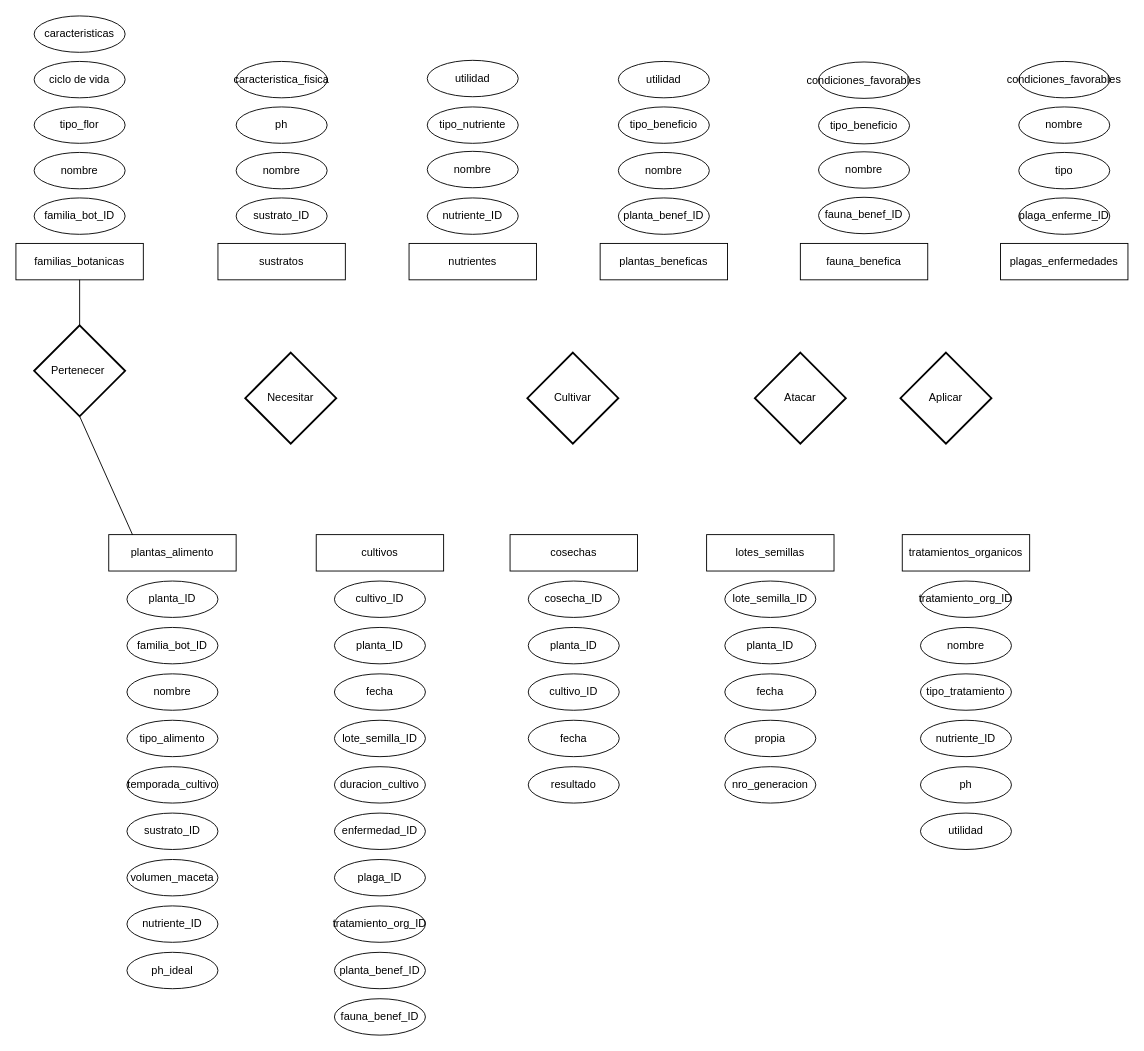
The draw.io diagram Huerta.drawio in MariaSoledadHiga/sql-coderhouse, before the edit. Source tidied: cells renumbered, new cells numbered last; positions are measured from the earlier drawing's top-left corner, leaving out a move shared by most shapes. Both pictures are drawn from the tidied source at 91%, with x=0, y=0 at pixel (15, 15).
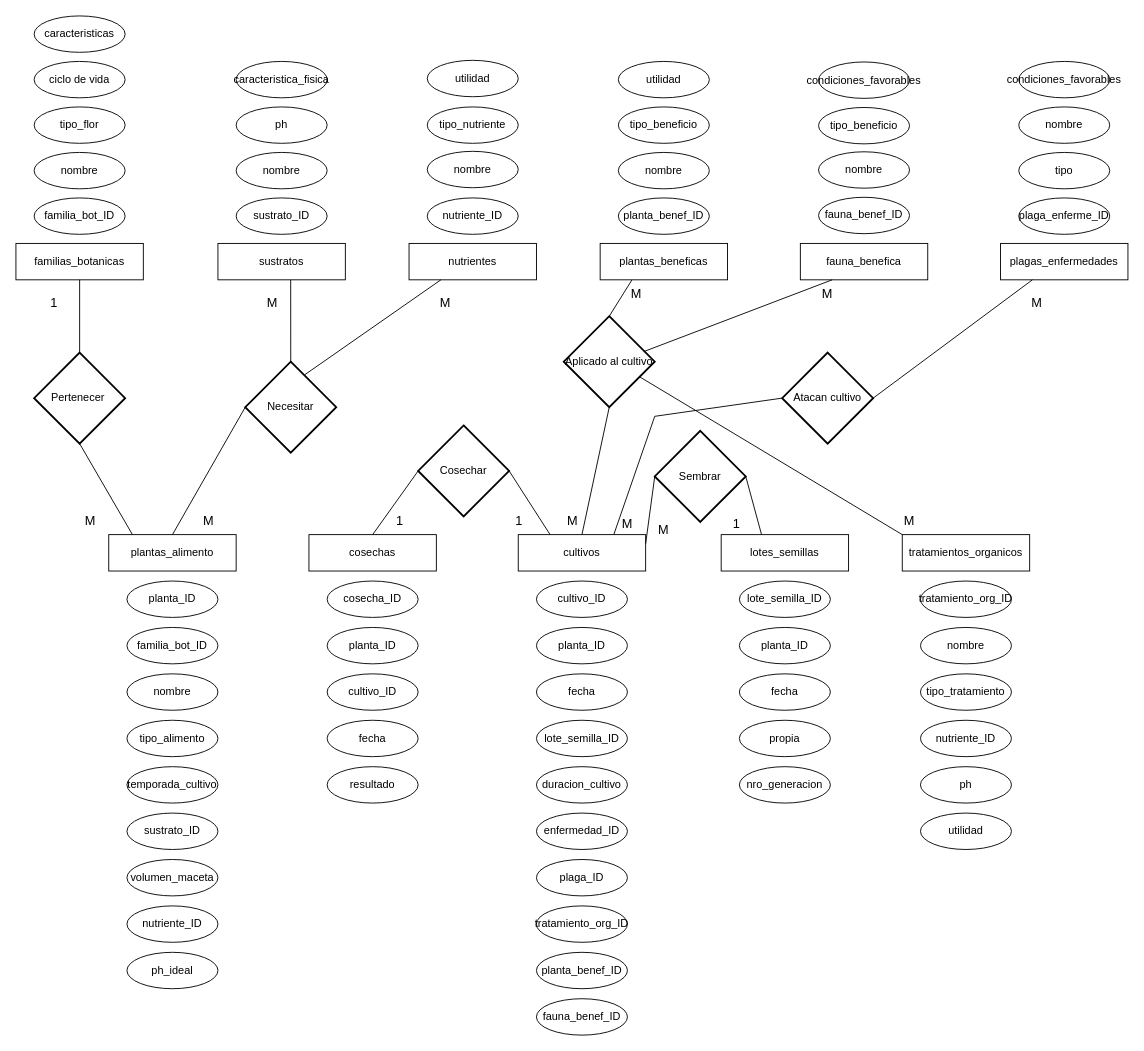
After the change.

Commit message:
Actualizando relaciones

The change refers to these unchanged cells:
```xml
<mxCell id="3" value="plantas_alimento" style="whiteSpace=wrap;html=1;align=center;" parent="2" vertex="1">
  <mxGeometry width="140" height="40" as="geometry" />
</mxCell>
<mxCell id="14" value="cultivos" style="whiteSpace=wrap;html=1;align=center;" parent="13" vertex="1">
  <mxGeometry width="140" height="40" as="geometry" />
</mxCell>
<mxCell id="26" value="cosechas" style="whiteSpace=wrap;html=1;align=center;" parent="25" vertex="1">
  <mxGeometry width="140" height="40" as="geometry" />
</mxCell>
<mxCell id="33" value="lotes_semillas" style="whiteSpace=wrap;html=1;align=center;" parent="32" vertex="1">
  <mxGeometry width="140" height="40" as="geometry" />
</mxCell>
<mxCell id="40" value="tratamientos_organicos" style="whiteSpace=wrap;html=1;align=center;" parent="39" vertex="1">
  <mxGeometry width="140" height="40" as="geometry" />
</mxCell>
<mxCell id="56" value="sustratos" style="whiteSpace=wrap;html=1;align=center;" parent="55" vertex="1">
  <mxGeometry y="200" width="140" height="40" as="geometry" />
</mxCell>
<mxCell id="62" value="nutrientes" style="whiteSpace=wrap;html=1;align=center;" parent="61" vertex="1">
  <mxGeometry y="201.2" width="140" height="40" as="geometry" />
</mxCell>
<mxCell id="68" value="plantas_beneficas" style="whiteSpace=wrap;html=1;align=center;" parent="67" vertex="1">
  <mxGeometry y="200" width="140" height="40" as="geometry" />
</mxCell>
<mxCell id="74" value="fauna_benefica" style="whiteSpace=wrap;html=1;align=center;" parent="73" vertex="1">
  <mxGeometry y="199.4" width="140" height="40" as="geometry" />
</mxCell>
<mxCell id="80" value="plagas_enfermedades" style="whiteSpace=wrap;html=1;align=center;" parent="79" vertex="1">
  <mxGeometry y="200" width="140" height="40" as="geometry" />
</mxCell>
```

What changed in the source:
```diff
@@
     <mxCell id="13" style="group;" parent="1" vertex="1">
-      <mxGeometry x="330" y="570" width="140" height="550" as="geometry" />
+      <mxGeometry x="552" y="570" width="140" height="550" as="geometry" />
     </mxCell>
@@
     <mxCell id="25" style="group;" parent="1" vertex="1">
-      <mxGeometry x="543" y="570" width="140" height="295" as="geometry" />
+      <mxGeometry x="322" y="570" width="140" height="295" as="geometry" />
     </mxCell>
@@
     <mxCell id="32" style="group;" parent="1" vertex="1">
-      <mxGeometry x="759" y="570" width="140" height="295" as="geometry" />
+      <mxGeometry x="775" y="570" width="140" height="295" as="geometry" />
     </mxCell>
@@
     <mxCell id="85" value="Pertenecer&amp;nbsp;" style="strokeWidth=2;html=1;shape=mxgraph.flowchart.decision;whiteSpace=wrap;" parent="1" vertex="1">
-      <mxGeometry x="20" y="340" width="100" height="100" as="geometry" />
+      <mxGeometry x="20" y="370" width="100" height="100" as="geometry" />
     </mxCell>
     <mxCell id="86" value="Necesitar" style="strokeWidth=2;html=1;shape=mxgraph.flowchart.decision;whiteSpace=wrap;" parent="1" vertex="1">
-      <mxGeometry x="252" y="370" width="100" height="100" as="geometry" />
+      <mxGeometry x="252" y="380" width="100" height="100" as="geometry" />
     </mxCell>
+    <mxCell id="92" style="rounded=0;jettySize=auto;html=1;exitX=0;exitY=0.5;exitDx=0;exitDy=0;exitPerimeter=0;strokeColor=default;fontSize=14;endArrow=none;endFill=0;entryX=1;entryY=0.25;entryDx=0;entryDy=0;" parent="1" edge="1" source="87" target="14">
+      <mxGeometry relative="1" as="geometry" />
+    </mxCell>
+    <mxCell id="93" style="edgeStyle=none;rounded=0;jettySize=auto;html=1;strokeColor=default;fontSize=14;endArrow=none;endFill=0;exitX=1;exitY=0.5;exitDx=0;exitDy=0;exitPerimeter=0;entryX=0.316;entryY=-0.012;entryDx=0;entryDy=0;entryPerimeter=0;" parent="1" edge="1" source="87" target="33">
+      <mxGeometry relative="1" as="geometry" />
+    </mxCell>
-    <mxCell id="87" value="Cultivar" style="strokeWidth=2;html=1;shape=mxgraph.flowchart.decision;whiteSpace=wrap;" parent="1" vertex="1">
-      <mxGeometry x="562" y="370" width="100" height="100" as="geometry" />
+    <mxCell id="87" value="Sembrar" style="strokeWidth=2;html=1;shape=mxgraph.flowchart.decision;whiteSpace=wrap;" parent="1" vertex="1">
+      <mxGeometry x="702" y="456" width="100" height="100" as="geometry" />
     </mxCell>
+    <mxCell id="94" style="edgeStyle=none;rounded=0;jettySize=auto;html=1;exitX=0.5;exitY=0;exitDx=0;exitDy=0;exitPerimeter=0;entryX=0.25;entryY=1;entryDx=0;entryDy=0;strokeColor=default;fontSize=14;endArrow=none;endFill=0;" parent="1" edge="1" source="88" target="68">
+      <mxGeometry relative="1" as="geometry" />
+    </mxCell>
+    <mxCell id="95" style="edgeStyle=none;rounded=0;jettySize=auto;html=1;exitX=0.5;exitY=1;exitDx=0;exitDy=0;exitPerimeter=0;entryX=0.5;entryY=0;entryDx=0;entryDy=0;strokeColor=default;fontSize=14;endArrow=none;endFill=0;" parent="1" edge="1" source="88" target="14">
+      <mxGeometry relative="1" as="geometry" />
+    </mxCell>
-    <mxCell id="88" value="Aplicar" style="strokeWidth=2;html=1;shape=mxgraph.flowchart.decision;whiteSpace=wrap;" parent="1" vertex="1">
-      <mxGeometry x="972" y="370" width="100" height="100" as="geometry" />
+    <mxCell id="88" value="Aplicado al cultivo" style="strokeWidth=2;html=1;shape=mxgraph.flowchart.decision;whiteSpace=wrap;" parent="1" vertex="1">
+      <mxGeometry x="602" y="330" width="100" height="100" as="geometry" />
     </mxCell>
+    <mxCell id="96" style="edgeStyle=none;rounded=0;jettySize=auto;html=1;exitX=0;exitY=0.5;exitDx=0;exitDy=0;exitPerimeter=0;strokeColor=default;fontSize=14;endArrow=none;endFill=0;entryX=0.75;entryY=0;entryDx=0;entryDy=0;" parent="1" edge="1" source="89" target="14">
+      <mxGeometry relative="1" as="geometry">
+        <Array as="points">
+          <mxPoint x="702" y="440" />
+        </Array>
+      </mxGeometry>
+    </mxCell>
-    <mxCell id="89" value="Atacar" style="strokeWidth=2;html=1;shape=mxgraph.flowchart.decision;whiteSpace=wrap;" parent="1" vertex="1">
-      <mxGeometry x="812" y="370" width="100" height="100" as="geometry" />
+    <mxCell id="89" value="Atacan cultivo" style="strokeWidth=2;html=1;shape=mxgraph.flowchart.decision;whiteSpace=wrap;" parent="1" vertex="1">
+      <mxGeometry x="842" y="370" width="100" height="100" as="geometry" />
     </mxCell>
@@
+    <mxCell id="97" value="1" style="text;html=1;strokeColor=none;fillColor=none;align=center;verticalAlign=middle;whiteSpace=wrap;rounded=0;fontSize=14;" parent="1" vertex="1">
+      <mxGeometry x="12" y="300" width="60" height="30" as="geometry" />
+    </mxCell>
+    <mxCell id="98" value="M" style="text;html=1;strokeColor=none;fillColor=none;align=center;verticalAlign=middle;whiteSpace=wrap;rounded=0;fontSize=14;" parent="1" vertex="1">
+      <mxGeometry x="52" y="540" width="60" height="30" as="geometry" />
+    </mxCell>
+    <mxCell id="99" style="endArrow=none;html=1;rounded=0;entryX=0;entryY=0.5;entryDx=0;entryDy=0;entryPerimeter=0;exitX=0.5;exitY=0;exitDx=0;exitDy=0;" parent="1" edge="1" source="3" target="86">
+      <mxGeometry relative="1" as="geometry" />
+    </mxCell>
+    <mxCell id="100" style="endArrow=none;html=1;rounded=0;strokeColor=default;fontSize=14;entryX=0.25;entryY=1;entryDx=0;entryDy=0;exitX=0.657;exitY=0.141;exitDx=0;exitDy=0;exitPerimeter=0;" parent="1" edge="1" source="86" target="62">
+      <mxGeometry relative="1" as="geometry" />
+    </mxCell>
+    <mxCell id="101" style="endArrow=none;html=1;rounded=0;strokeColor=default;fontSize=14;entryX=0.571;entryY=1;entryDx=0;entryDy=0;entryPerimeter=0;exitX=0.5;exitY=0;exitDx=0;exitDy=0;exitPerimeter=0;" parent="1" edge="1" source="86" target="56">
+      <mxGeometry relative="1" as="geometry" />
+    </mxCell>
+    <mxCell id="102" value="Cosechar" style="strokeWidth=2;html=1;shape=mxgraph.flowchart.decision;whiteSpace=wrap;" parent="1" vertex="1">
+      <mxGeometry x="442" y="450" width="100" height="100" as="geometry" />
+    </mxCell>
+    <mxCell id="103" style="endArrow=none;html=1;rounded=0;strokeColor=default;fontSize=14;exitX=0.5;exitY=0;exitDx=0;exitDy=0;entryX=0;entryY=0.5;entryDx=0;entryDy=0;entryPerimeter=0;" parent="1" edge="1" source="26" target="102">
+      <mxGeometry relative="1" as="geometry" />
+    </mxCell>
+    <mxCell id="104" style="endArrow=none;html=1;rounded=0;strokeColor=default;fontSize=14;exitX=0.25;exitY=0;exitDx=0;exitDy=0;entryX=1;entryY=0.5;entryDx=0;entryDy=0;entryPerimeter=0;" parent="1" edge="1" source="14" target="102">
+      <mxGeometry relative="1" as="geometry" />
+    </mxCell>
+    <mxCell id="105" value="1" style="text;html=1;strokeColor=none;fillColor=none;align=center;verticalAlign=middle;whiteSpace=wrap;rounded=0;fontSize=14;" parent="1" vertex="1">
+      <mxGeometry x="392" y="540" width="60" height="30" as="geometry" />
+    </mxCell>
+    <mxCell id="106" value="1" style="text;html=1;strokeColor=none;fillColor=none;align=center;verticalAlign=middle;whiteSpace=wrap;rounded=0;fontSize=14;" parent="1" vertex="1">
+      <mxGeometry x="523" y="540" width="60" height="30" as="geometry" />
+    </mxCell>
+    <mxCell id="107" value="1" style="text;html=1;strokeColor=none;fillColor=none;align=center;verticalAlign=middle;whiteSpace=wrap;rounded=0;fontSize=14;" parent="1" vertex="1">
+      <mxGeometry x="762" y="543" width="60" height="30" as="geometry" />
+    </mxCell>
+    <mxCell id="108" value="M" style="text;html=1;strokeColor=none;fillColor=none;align=center;verticalAlign=middle;whiteSpace=wrap;rounded=0;fontSize=14;" parent="1" vertex="1">
+      <mxGeometry x="682" y="550" width="60" height="30" as="geometry" />
+    </mxCell>
+    <mxCell id="109" style="edgeStyle=none;rounded=0;jettySize=auto;html=1;exitX=0.25;exitY=1;exitDx=0;exitDy=0;entryX=1;entryY=0.5;entryDx=0;entryDy=0;entryPerimeter=0;strokeColor=default;fontSize=14;endArrow=none;endFill=0;" parent="1" edge="1" source="80" target="89">
+      <mxGeometry relative="1" as="geometry" />
+    </mxCell>
+    <mxCell id="110" value="M" style="text;html=1;strokeColor=none;fillColor=none;align=center;verticalAlign=middle;whiteSpace=wrap;rounded=0;fontSize=14;" parent="1" vertex="1">
+      <mxGeometry x="642" y="543" width="60" height="30" as="geometry" />
+    </mxCell>
+    <mxCell id="111" value="M" style="text;html=1;strokeColor=none;fillColor=none;align=center;verticalAlign=middle;whiteSpace=wrap;rounded=0;fontSize=14;" parent="1" vertex="1">
+      <mxGeometry x="1092" y="300" width="60" height="30" as="geometry" />
+    </mxCell>
+    <mxCell id="112" style="edgeStyle=none;rounded=0;jettySize=auto;html=1;exitX=0.25;exitY=1;exitDx=0;exitDy=0;strokeColor=default;fontSize=14;endArrow=none;endFill=0;entryX=0.879;entryY=0.389;entryDx=0;entryDy=0;entryPerimeter=0;" parent="1" edge="1" source="74" target="88">
+      <mxGeometry relative="1" as="geometry" />
+    </mxCell>
+    <mxCell id="113" style="edgeStyle=none;rounded=0;jettySize=auto;html=1;exitX=0;exitY=0;exitDx=0;exitDy=0;entryX=0.837;entryY=0.668;entryDx=0;entryDy=0;entryPerimeter=0;strokeColor=default;fontSize=14;endArrow=none;endFill=0;" parent="1" edge="1" source="40" target="88">
+      <mxGeometry relative="1" as="geometry" />
+    </mxCell>
+    <mxCell id="114" value="M" style="text;html=1;strokeColor=none;fillColor=none;align=center;verticalAlign=middle;whiteSpace=wrap;rounded=0;fontSize=14;" parent="1" vertex="1">
+      <mxGeometry x="952" y="540" width="60" height="30" as="geometry" />
+    </mxCell>
+    <mxCell id="115" value="M" style="text;html=1;strokeColor=none;fillColor=none;align=center;verticalAlign=middle;whiteSpace=wrap;rounded=0;fontSize=14;" parent="1" vertex="1">
+      <mxGeometry x="862" y="290" width="60" height="30" as="geometry" />
+    </mxCell>
+    <mxCell id="116" value="M" style="text;html=1;strokeColor=none;fillColor=none;align=center;verticalAlign=middle;whiteSpace=wrap;rounded=0;fontSize=14;" parent="1" vertex="1">
+      <mxGeometry x="652" y="290" width="60" height="30" as="geometry" />
+    </mxCell>
+    <mxCell id="117" value="M" style="text;html=1;strokeColor=none;fillColor=none;align=center;verticalAlign=middle;whiteSpace=wrap;rounded=0;fontSize=14;" parent="1" vertex="1">
+      <mxGeometry x="582" y="540" width="60" height="30" as="geometry" />
+    </mxCell>
+    <mxCell id="118" value="M" style="text;html=1;strokeColor=none;fillColor=none;align=center;verticalAlign=middle;whiteSpace=wrap;rounded=0;fontSize=14;" parent="1" vertex="1">
+      <mxGeometry x="442" y="300" width="60" height="30" as="geometry" />
+    </mxCell>
+    <mxCell id="119" value="M" style="text;html=1;strokeColor=none;fillColor=none;align=center;verticalAlign=middle;whiteSpace=wrap;rounded=0;fontSize=14;" parent="1" vertex="1">
+      <mxGeometry x="252" y="300" width="60" height="30" as="geometry" />
+    </mxCell>
+    <mxCell id="120" value="M" style="text;html=1;strokeColor=none;fillColor=none;align=center;verticalAlign=middle;whiteSpace=wrap;rounded=0;fontSize=14;" parent="1" vertex="1">
+      <mxGeometry x="182" y="540" width="60" height="30" as="geometry" />
+    </mxCell>
```
